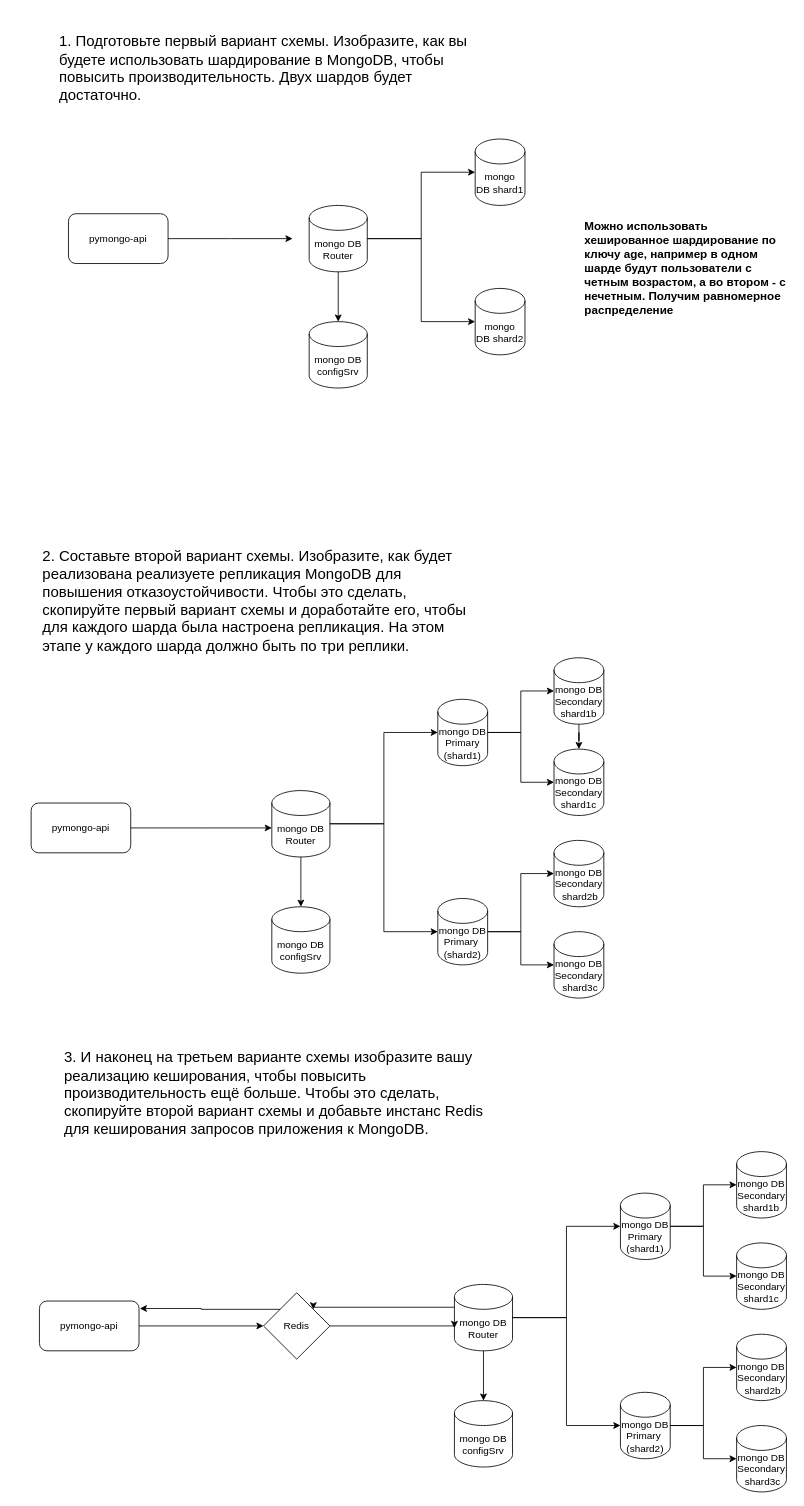
Spetruk/architecture-black_friday keeps this draw.io diagram as task1.drawio. Above is the earlier version. Source tidied: cells renumbered, new cells numbered last; positions are measured from the earlier drawing's top-left corner, leaving out a move shared by most shapes. Both pictures are drawn from the tidied source at 83%, with x=0, y=0 at pixel (14, 14).
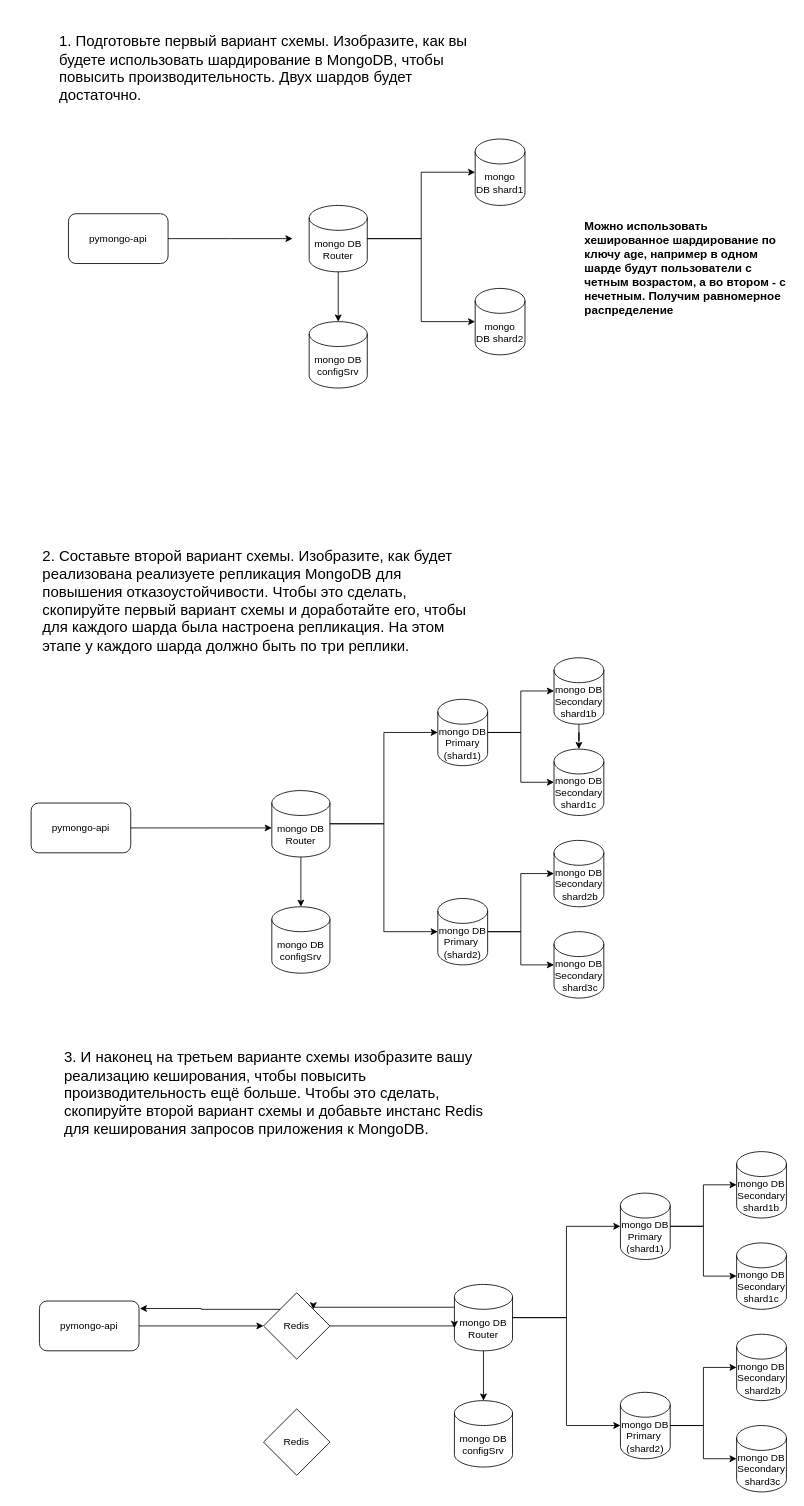
After the change.

Diff of the diagram source:
```diff
@@
+    <mxCell id="56" value="Redis" style="rhombus;whiteSpace=wrap;html=1;" parent="1" vertex="1">
+      <mxGeometry x="300" y="1680" width="80" height="80" as="geometry" />
+    </mxCell>
```
